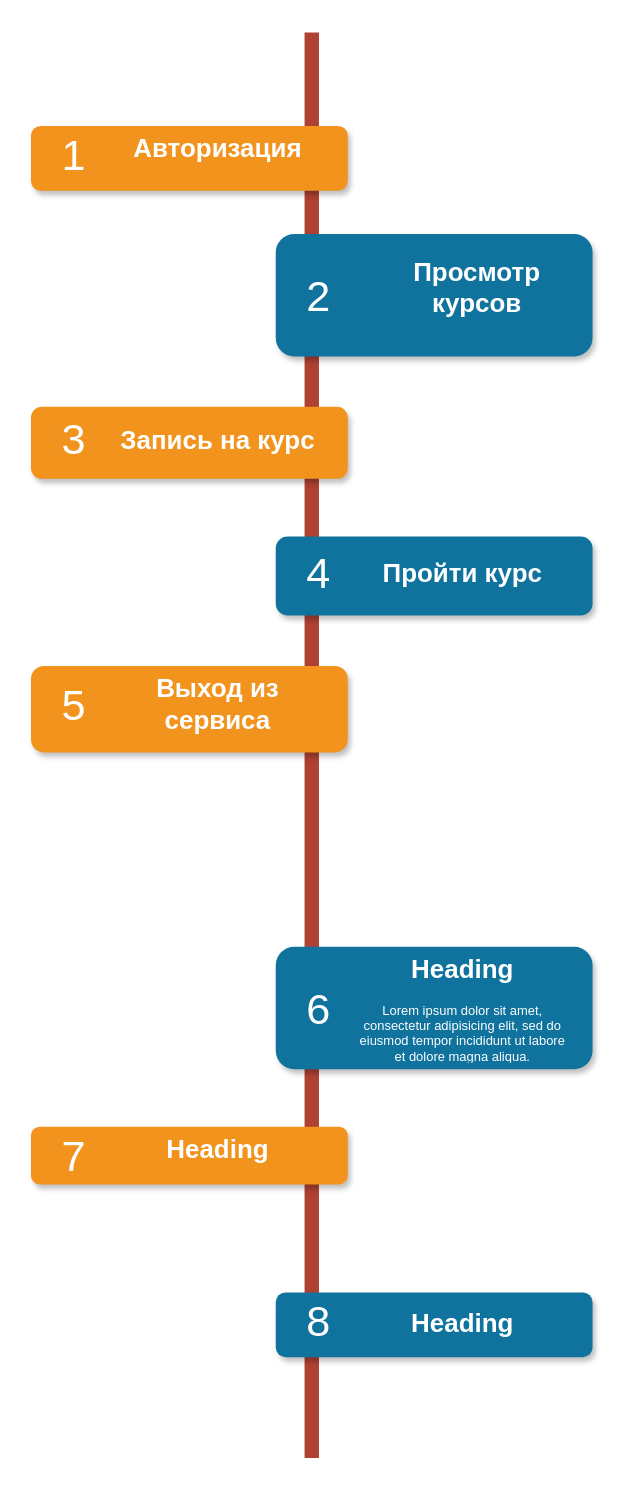
Before: Untitled Diagram.drawio in Isas2g/test_project, a draw.io diagram. Source tidied: cells renumbered, new cells numbered last; positions are measured from the earlier drawing's top-left corner, leaving out a move shared by most shapes. Both pictures are drawn from the tidied source at 144%, with x=0, y=0 at pixel (30, 32).
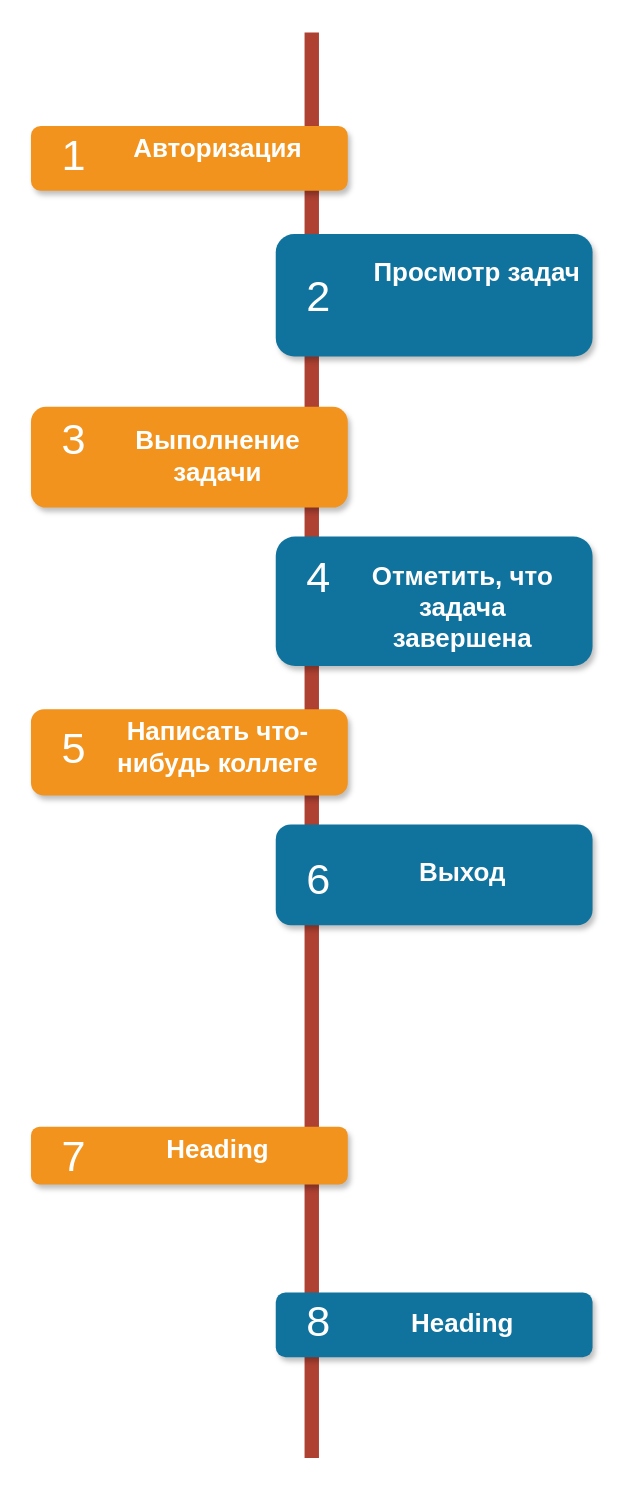
The same page after the edit.

The change refers to these unchanged cells:
```xml
<mxCell id="16" style="group;" parent="1" vertex="1">
  <mxGeometry x="170" y="140" width="220" height="85" as="geometry" />
</mxCell>
```

Change to the diagram source:
```diff
@@
-    <mxCell id="5" style="rounded=1;whiteSpace=wrap;html=1;strokeColor=none;strokeWidth=1;fillColor=#10739E;fontSize=13;fontColor=#FFFFFF;align=center;gradientColor=none;gradientDirection=east;verticalAlign=top;shadow=1;" parent="1" vertex="1">
-      <mxGeometry x="170" y="635" width="220" height="85" as="geometry" />
-    </mxCell>
-    <mxCell id="6" value="6" style="text;html=1;strokeColor=none;fillColor=none;align=center;verticalAlign=middle;whiteSpace=wrap;fontSize=30;fontColor=#FFFFFF;" parent="1" vertex="1">
-      <mxGeometry x="180" y="668" width="40" height="20" as="geometry" />
-    </mxCell>
@@
-    <mxCell id="10" value="&lt;h1&gt;Heading&lt;/h1&gt;&lt;p&gt;Lorem ipsum dolor sit amet, consectetur adipisicing elit, sed do eiusmod tempor incididunt ut labore et dolore magna aliqua.&lt;/p&gt;" style="text;html=1;spacing=5;spacingTop=-20;whiteSpace=wrap;overflow=hidden;strokeColor=none;strokeWidth=4;fillColor=none;gradientColor=#007FFF;fontSize=9;fontColor=#FFFFFF;align=center;" parent="1" vertex="1">
-      <mxGeometry x="220" y="639" width="160" height="77" as="geometry" />
-    </mxCell>
@@
-    <mxCell id="19" value="&lt;h1&gt;&lt;span&gt;Просмотр курсов&lt;/span&gt;&lt;br&gt;&lt;/h1&gt;" style="text;html=1;spacing=5;spacingTop=-20;whiteSpace=wrap;overflow=hidden;strokeColor=none;strokeWidth=4;fillColor=none;gradientColor=#007FFF;fontSize=9;fontColor=#FFFFFF;align=center;" parent="16" vertex="1">
+    <mxCell id="19" value="&lt;h1&gt;&lt;span&gt;Просмотр задач&lt;/span&gt;&lt;br&gt;&lt;/h1&gt;" style="text;html=1;spacing=5;spacingTop=-20;whiteSpace=wrap;overflow=hidden;strokeColor=none;strokeWidth=4;fillColor=none;gradientColor=#007FFF;fontSize=9;fontColor=#FFFFFF;align=center;" parent="16" vertex="1">
       <mxGeometry x="60" y="15" width="160" height="56" as="geometry" />
     </mxCell>
     <mxCell id="20" style="group;" parent="1" vertex="1">
-      <mxGeometry y="260" width="220" height="50" as="geometry" />
+      <mxGeometry y="260" width="220" height="70" as="geometry" />
     </mxCell>
     <mxCell id="21" style="rounded=1;whiteSpace=wrap;html=1;strokeColor=none;strokeWidth=1;fillColor=#F2931E;fontSize=13;fontColor=#FFFFFF;align=center;gradientColor=none;gradientDirection=east;verticalAlign=top;shadow=1;" parent="20" vertex="1">
-      <mxGeometry width="220" height="50" as="geometry" />
+      <mxGeometry width="220" height="70" as="geometry" />
     </mxCell>
@@
-    <mxCell id="23" value="&lt;h1&gt;Запись на курс&lt;/h1&gt;" style="text;html=1;spacing=5;spacingTop=-20;whiteSpace=wrap;overflow=hidden;strokeColor=none;strokeWidth=4;fillColor=none;gradientColor=#007FFF;fontSize=9;fontColor=#FFFFFF;align=center;" parent="20" vertex="1">
-      <mxGeometry x="50" y="12" width="160" height="36" as="geometry" />
+    <mxCell id="23" value="&lt;h1&gt;Выполнение задачи&lt;/h1&gt;" style="text;html=1;spacing=5;spacingTop=-20;whiteSpace=wrap;overflow=hidden;strokeColor=none;strokeWidth=4;fillColor=none;gradientColor=#007FFF;fontSize=9;fontColor=#FFFFFF;align=center;" parent="20" vertex="1">
+      <mxGeometry x="50" y="12" width="160" height="48" as="geometry" />
     </mxCell>
     <mxCell id="24" style="group;" parent="1" vertex="1">
-      <mxGeometry x="170" y="350" width="220" height="55" as="geometry" />
+      <mxGeometry x="170" y="350" width="220" height="90" as="geometry" />
     </mxCell>
     <mxCell id="25" style="rounded=1;whiteSpace=wrap;html=1;strokeColor=none;strokeWidth=1;fillColor=#10739E;fontSize=13;fontColor=#FFFFFF;align=center;gradientColor=none;gradientDirection=east;verticalAlign=top;shadow=1;" parent="24" vertex="1">
-      <mxGeometry width="220" height="55" as="geometry" />
+      <mxGeometry width="220" height="90" as="geometry" />
     </mxCell>
     <mxCell id="26" value="4" style="text;html=1;strokeColor=none;fillColor=none;align=center;verticalAlign=middle;whiteSpace=wrap;fontSize=30;fontColor=#FFFFFF;" parent="24" vertex="1">
-      <mxGeometry x="10" y="15" width="40" height="20" as="geometry" />
+      <mxGeometry x="10" y="16.9" width="40" height="22.5" as="geometry" />
     </mxCell>
-    <mxCell id="27" value="&lt;h1&gt;Пройти курс&lt;/h1&gt;" style="text;html=1;spacing=5;spacingTop=-20;whiteSpace=wrap;overflow=hidden;strokeColor=none;strokeWidth=4;fillColor=none;gradientColor=#007FFF;fontSize=9;fontColor=#FFFFFF;align=center;" parent="24" vertex="1">
-      <mxGeometry x="50" y="14" width="160" height="41" as="geometry" />
+    <mxCell id="27" value="&lt;h1&gt;Отметить, что задача завершена&lt;/h1&gt;" style="text;html=1;spacing=5;spacingTop=-20;whiteSpace=wrap;overflow=hidden;strokeColor=none;strokeWidth=4;fillColor=none;gradientColor=#007FFF;fontSize=9;fontColor=#FFFFFF;align=center;" parent="24" vertex="1">
+      <mxGeometry x="50" y="15.8" width="160" height="74.2" as="geometry" />
     </mxCell>
     <mxCell id="28" style="group;" parent="1" vertex="1">
-      <mxGeometry y="440" width="220" height="60" as="geometry" />
+      <mxGeometry y="470" width="220" height="60" as="geometry" />
     </mxCell>
@@
-    <mxCell id="31" value="&lt;h1&gt;Выход из сервиса&lt;/h1&gt;" style="text;html=1;spacing=5;spacingTop=-20;whiteSpace=wrap;overflow=hidden;strokeColor=none;strokeWidth=4;fillColor=none;gradientColor=#007FFF;fontSize=9;fontColor=#FFFFFF;align=center;" parent="28" vertex="1">
+    <mxCell id="31" value="&lt;h1&gt;Написать что-нибудь коллеге&lt;/h1&gt;" style="text;html=1;spacing=5;spacingTop=-20;whiteSpace=wrap;overflow=hidden;strokeColor=none;strokeWidth=4;fillColor=none;gradientColor=#007FFF;fontSize=9;fontColor=#FFFFFF;align=center;" parent="28" vertex="1">
       <mxGeometry x="50" y="4" width="160" height="46" as="geometry" />
     </mxCell>
+    <mxCell id="32" style="group;" parent="1" vertex="1">
+      <mxGeometry x="170" y="550" width="220" height="70" as="geometry" />
+    </mxCell>
+    <mxCell id="5" style="rounded=1;whiteSpace=wrap;html=1;strokeColor=none;strokeWidth=1;fillColor=#10739E;fontSize=13;fontColor=#FFFFFF;align=center;gradientColor=none;gradientDirection=east;verticalAlign=top;shadow=1;" parent="32" vertex="1">
+      <mxGeometry width="220" height="70" as="geometry" />
+    </mxCell>
+    <mxCell id="6" value="6" style="text;html=1;strokeColor=none;fillColor=none;align=center;verticalAlign=middle;whiteSpace=wrap;fontSize=30;fontColor=#FFFFFF;" parent="32" vertex="1">
+      <mxGeometry x="10" y="28" width="40" height="20" as="geometry" />
+    </mxCell>
+    <mxCell id="10" value="&lt;h1&gt;&lt;span&gt;Выход&lt;/span&gt;&lt;br&gt;&lt;/h1&gt;" style="text;html=1;spacing=5;spacingTop=-20;whiteSpace=wrap;overflow=hidden;strokeColor=none;strokeWidth=4;fillColor=none;gradientColor=#007FFF;fontSize=9;fontColor=#FFFFFF;align=center;" parent="32" vertex="1">
+      <mxGeometry x="50" y="22" width="160" height="31" as="geometry" />
+    </mxCell>
```
